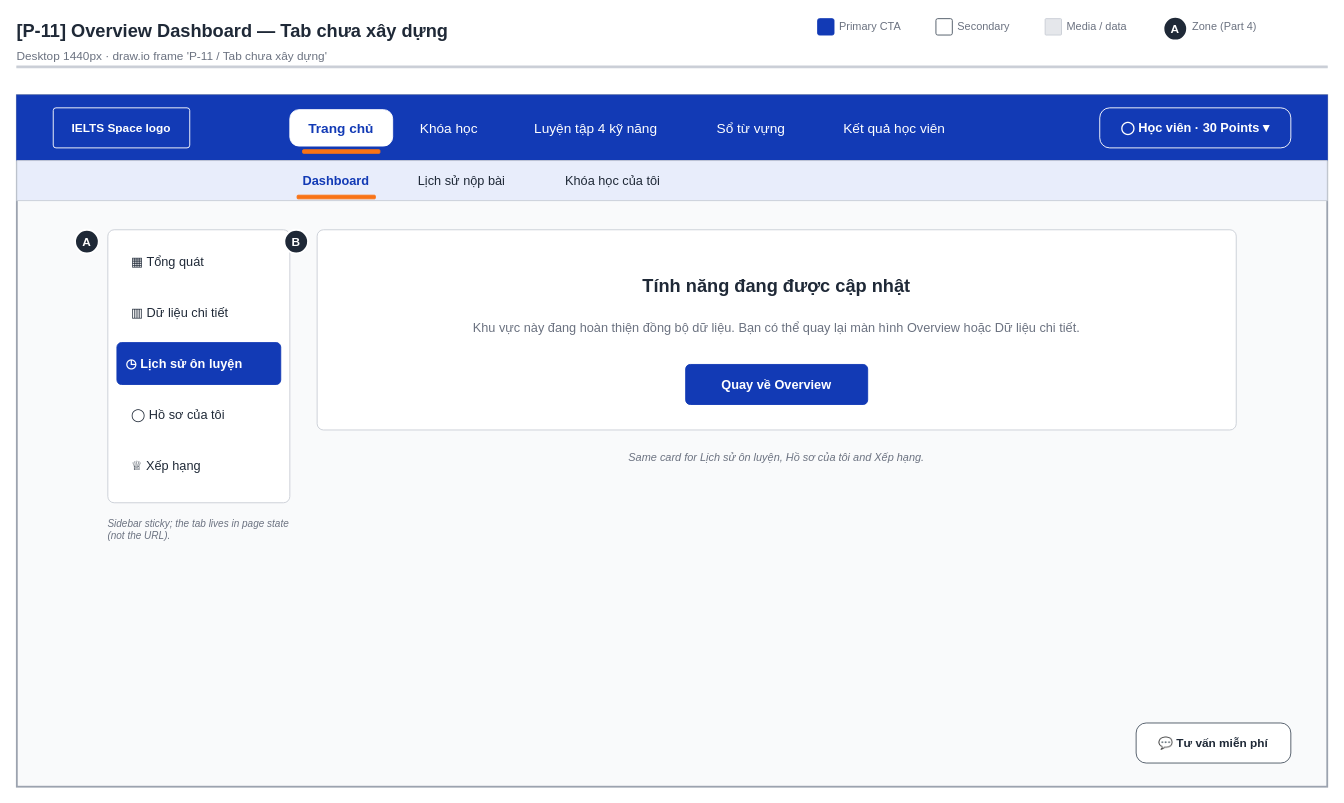
This is page "P-11 / Tab chưa xây dựng" (3 of 4) of wireframes/screens/P-11_OverviewDashboard.drawio from IeltsPath-Platform/docs, a draw.io file, before an edit. Source tidied: cells renumbered, new cells numbered last; positions are measured from the earlier drawing's top-left corner, leaving out a move shared by most shapes. Both pictures are drawn from the tidied source at 91%, with x=0, y=0 at pixel (16, 16).
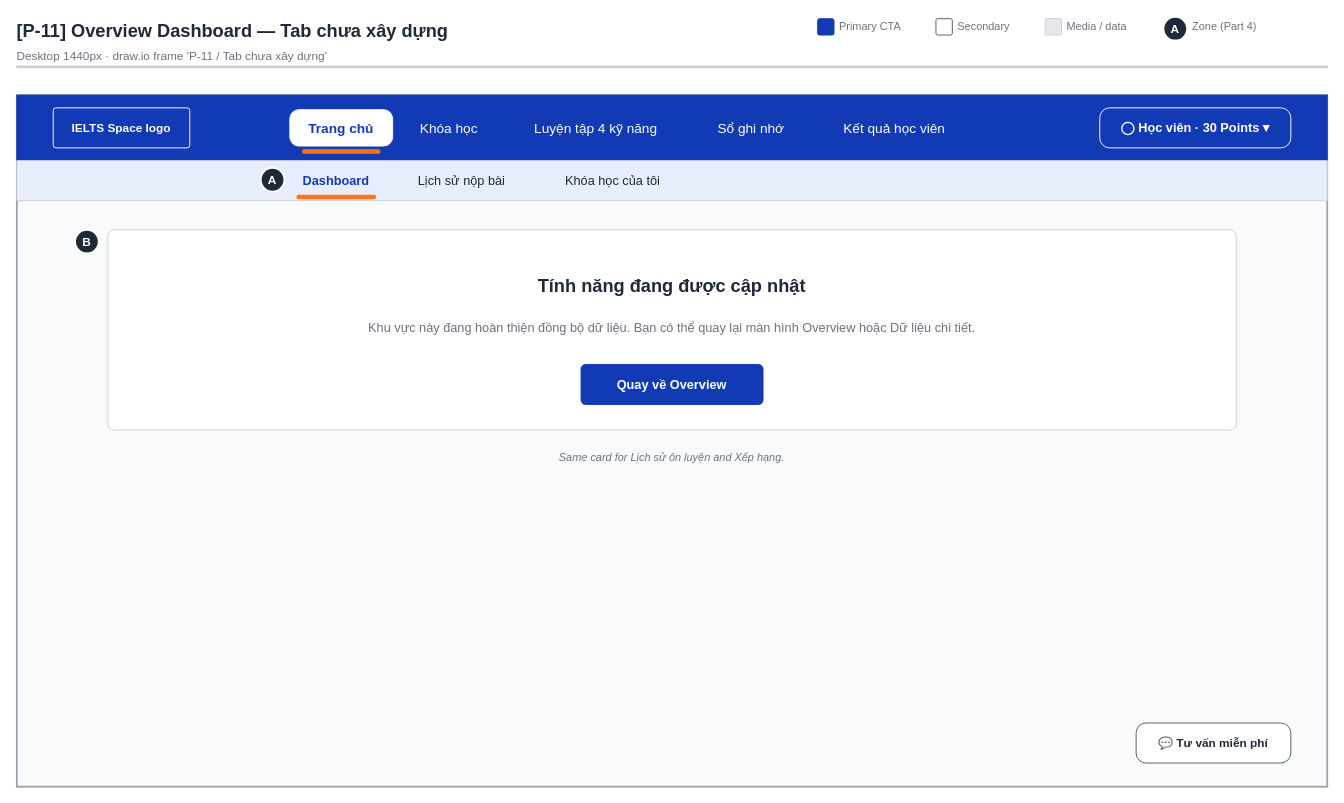
The same page after the edit.

Diff of the diagram source:
```diff
@@
-    <mxCell id="20" value="Sổ từ vựng" style="text;html=1;whiteSpace=wrap;align=center;verticalAlign=middle;fontFamily=Arial;fontSize=15;fontColor=#FFFFFF;fontStyle=0;spacing=0;" parent="1" vertex="1">
+    <mxCell id="20" value="Sổ ghi nhớ" style="text;html=1;whiteSpace=wrap;align=center;verticalAlign=middle;fontFamily=Arial;fontSize=15;fontColor=#FFFFFF;fontStyle=0;spacing=0;" parent="1" vertex="1">
       <mxGeometry x="746" y="102" width="122" height="40" as="geometry" />
     </mxCell>
@@
     <mxCell id="28" value="A" style="ellipse;whiteSpace=wrap;html=1;fillColor=#1F2937;strokeColor=#FFFFFF;strokeWidth=2;fontColor=#FFFFFF;fontStyle=1;fontSize=13;fontFamily=Arial;align=center;" parent="1" vertex="1">
-      <mxGeometry x="64" y="234" width="26" height="26" as="geometry" />
+      <mxGeometry x="268" y="166" width="26" height="26" as="geometry" />
     </mxCell>
-    <mxCell id="29" style="rounded=1;arcSize=14;absoluteArcSize=1;whiteSpace=wrap;html=1;fillColor=#FFFFFF;strokeColor=#C9CED6;strokeWidth=1;fontFamily=Arial;fontSize=14;fontColor=#1F2937;align=center;verticalAlign=middle;spacingLeft=8;spacingRight=8;" parent="1" vertex="1">
-      <mxGeometry x="100" y="234" width="200" height="300" as="geometry" />
+    <mxCell id="29" value="💬 Tư vấn miễn phí" style="rounded=1;arcSize=22;absoluteArcSize=1;whiteSpace=wrap;html=1;fillColor=#FFFFFF;strokeColor=#4B5563;strokeWidth=1;fontFamily=Arial;fontSize=13;fontColor=#1F2937;align=center;verticalAlign=middle;spacingLeft=8;spacingRight=8;fontStyle=1;" parent="1" vertex="1">
+      <mxGeometry x="1230" y="776" width="170" height="44" as="geometry" />
     </mxCell>
-    <mxCell id="30" value="▦  Tổng quát" style="text;html=1;whiteSpace=wrap;align=left;verticalAlign=middle;fontFamily=Arial;fontSize=14;fontColor=#1F2937;fontStyle=0;spacing=0;" parent="1" vertex="1">
-      <mxGeometry x="126" y="246" width="160" height="46" as="geometry" />
+    <mxCell id="30" value="B" style="ellipse;whiteSpace=wrap;html=1;fillColor=#1F2937;strokeColor=#FFFFFF;strokeWidth=2;fontColor=#FFFFFF;fontStyle=1;fontSize=13;fontFamily=Arial;align=center;" parent="1" vertex="1">
+      <mxGeometry x="64" y="234" width="26" height="26" as="geometry" />
     </mxCell>
-    <mxCell id="31" value="▥  Dữ liệu chi tiết" style="text;html=1;whiteSpace=wrap;align=left;verticalAlign=middle;fontFamily=Arial;fontSize=14;fontColor=#1F2937;fontStyle=0;spacing=0;" parent="1" vertex="1">
-      <mxGeometry x="126" y="302" width="160" height="46" as="geometry" />
+    <mxCell id="31" style="rounded=1;arcSize=14;absoluteArcSize=1;whiteSpace=wrap;html=1;fillColor=#FFFFFF;strokeColor=#C9CED6;strokeWidth=1;fontFamily=Arial;fontSize=14;fontColor=#1F2937;align=center;verticalAlign=middle;spacingLeft=8;spacingRight=8;" parent="1" vertex="1">
+      <mxGeometry x="100" y="234" width="1240" height="220" as="geometry" />
     </mxCell>
-    <mxCell id="32" value="◷  Lịch sử ôn luyện" style="rounded=1;arcSize=10;absoluteArcSize=1;whiteSpace=wrap;html=1;fillColor=#123AB5;strokeColor=#123AB5;strokeWidth=1;fontFamily=Arial;fontSize=14;fontColor=#FFFFFF;align=left;verticalAlign=middle;spacingLeft=8;spacingRight=8;fontStyle=1;" parent="1" vertex="1">
-      <mxGeometry x="110" y="358" width="180" height="46" as="geometry" />
+    <mxCell id="32" value="&lt;b&gt;Tính năng đang được cập nhật&lt;/b&gt;" style="text;html=1;whiteSpace=wrap;align=center;verticalAlign=middle;fontFamily=Arial;fontSize=20;fontColor=#1F2937;fontStyle=0;spacing=0;" parent="1" vertex="1">
+      <mxGeometry x="100" y="280" width="1240" height="30" as="geometry" />
     </mxCell>
-    <mxCell id="33" value="◯  Hồ sơ của tôi" style="text;html=1;whiteSpace=wrap;align=left;verticalAlign=middle;fontFamily=Arial;fontSize=14;fontColor=#1F2937;fontStyle=0;spacing=0;" parent="1" vertex="1">
-      <mxGeometry x="126" y="414" width="160" height="46" as="geometry" />
+    <mxCell id="33" value="Khu vực này đang hoàn thiện đồng bộ dữ liệu. Bạn có thể quay lại màn hình Overview hoặc Dữ liệu chi tiết." style="text;html=1;whiteSpace=wrap;align=center;verticalAlign=middle;fontFamily=Arial;fontSize=14;fontColor=#6B7280;fontStyle=0;spacing=0;" parent="1" vertex="1">
+      <mxGeometry x="260" y="320" width="920" height="44" as="geometry" />
     </mxCell>
-    <mxCell id="34" value="♕  Xếp hạng" style="text;html=1;whiteSpace=wrap;align=left;verticalAlign=middle;fontFamily=Arial;fontSize=14;fontColor=#1F2937;fontStyle=0;spacing=0;" parent="1" vertex="1">
-      <mxGeometry x="126" y="470" width="160" height="46" as="geometry" />
+    <mxCell id="34" value="Quay về Overview" style="rounded=1;arcSize=10;absoluteArcSize=1;whiteSpace=wrap;html=1;fillColor=#123AB5;strokeColor=#123AB5;strokeWidth=1;fontFamily=Arial;fontSize=14;fontColor=#FFFFFF;align=center;verticalAlign=middle;spacingLeft=8;spacingRight=8;fontStyle=1;" parent="1" vertex="1">
+      <mxGeometry x="620" y="382" width="200" height="44" as="geometry" />
     </mxCell>
-    <mxCell id="35" value="Sidebar sticky; the tab lives in page state (not the URL)." style="text;html=1;whiteSpace=wrap;align=left;verticalAlign=top;fontFamily=Arial;fontSize=11;fontColor=#6B7280;fontStyle=2;spacing=0;" parent="1" vertex="1">
-      <mxGeometry x="100" y="546" width="200" height="60" as="geometry" />
+    <mxCell id="35" value="Same card for Lịch sử ôn luyện and Xếp hạng." style="text;html=1;whiteSpace=wrap;align=center;verticalAlign=middle;fontFamily=Arial;fontSize=12;fontColor=#6B7280;fontStyle=2;spacing=0;" parent="1" vertex="1">
+      <mxGeometry x="100" y="474" width="1240" height="22" as="geometry" />
     </mxCell>
-    <mxCell id="36" value="💬 Tư vấn miễn phí" style="rounded=1;arcSize=22;absoluteArcSize=1;whiteSpace=wrap;html=1;fillColor=#FFFFFF;strokeColor=#4B5563;strokeWidth=1;fontFamily=Arial;fontSize=13;fontColor=#1F2937;align=center;verticalAlign=middle;spacingLeft=8;spacingRight=8;fontStyle=1;" parent="1" vertex="1">
-      <mxGeometry x="1230" y="776" width="170" height="44" as="geometry" />
-    </mxCell>
-    <mxCell id="37" value="B" style="ellipse;whiteSpace=wrap;html=1;fillColor=#1F2937;strokeColor=#FFFFFF;strokeWidth=2;fontColor=#FFFFFF;fontStyle=1;fontSize=13;fontFamily=Arial;align=center;" parent="1" vertex="1">
-      <mxGeometry x="294" y="234" width="26" height="26" as="geometry" />
-    </mxCell>
-    <mxCell id="38" style="rounded=1;arcSize=14;absoluteArcSize=1;whiteSpace=wrap;html=1;fillColor=#FFFFFF;strokeColor=#C9CED6;strokeWidth=1;fontFamily=Arial;fontSize=14;fontColor=#1F2937;align=center;verticalAlign=middle;spacingLeft=8;spacingRight=8;" parent="1" vertex="1">
-      <mxGeometry x="330" y="234" width="1010" height="220" as="geometry" />
-    </mxCell>
-    <mxCell id="39" value="&lt;b&gt;Tính năng đang được cập nhật&lt;/b&gt;" style="text;html=1;whiteSpace=wrap;align=center;verticalAlign=middle;fontFamily=Arial;fontSize=20;fontColor=#1F2937;fontStyle=0;spacing=0;" parent="1" vertex="1">
-      <mxGeometry x="330" y="280" width="1010" height="30" as="geometry" />
-    </mxCell>
-    <mxCell id="40" value="Khu vực này đang hoàn thiện đồng bộ dữ liệu. Bạn có thể quay lại màn hình Overview hoặc Dữ liệu chi tiết." style="text;html=1;whiteSpace=wrap;align=center;verticalAlign=middle;fontFamily=Arial;fontSize=14;fontColor=#6B7280;fontStyle=0;spacing=0;" parent="1" vertex="1">
-      <mxGeometry x="490" y="320" width="690" height="44" as="geometry" />
-    </mxCell>
-    <mxCell id="41" value="Quay về Overview" style="rounded=1;arcSize=10;absoluteArcSize=1;whiteSpace=wrap;html=1;fillColor=#123AB5;strokeColor=#123AB5;strokeWidth=1;fontFamily=Arial;fontSize=14;fontColor=#FFFFFF;align=center;verticalAlign=middle;spacingLeft=8;spacingRight=8;fontStyle=1;" parent="1" vertex="1">
-      <mxGeometry x="735" y="382" width="200" height="44" as="geometry" />
-    </mxCell>
-    <mxCell id="42" value="Same card for Lịch sử ôn luyện, Hồ sơ của tôi and Xếp hạng." style="text;html=1;whiteSpace=wrap;align=center;verticalAlign=middle;fontFamily=Arial;fontSize=12;fontColor=#6B7280;fontStyle=2;spacing=0;" parent="1" vertex="1">
-      <mxGeometry x="330" y="474" width="1010" height="22" as="geometry" />
-    </mxCell>
```
